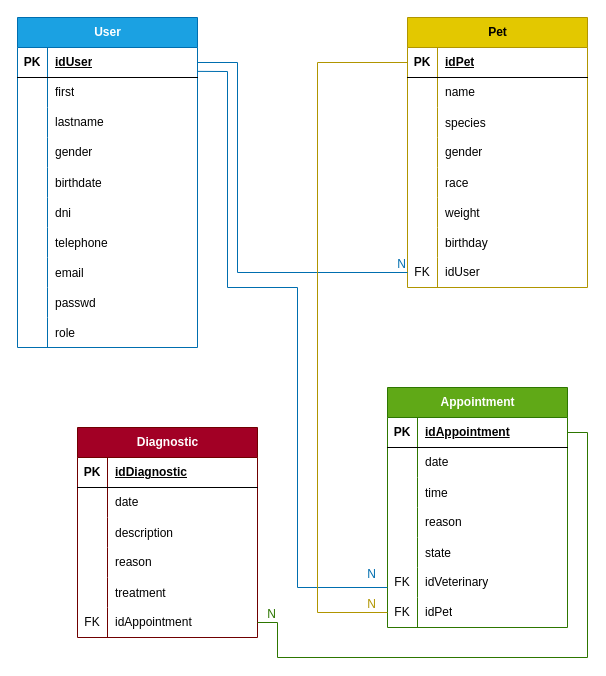
The draw.io diagram diagrams/ER.drawio in fernandoach/API-VETERINARY, before the edit. Source tidied: cells renumbered, new cells numbered last; positions are measured from the earlier drawing's top-left corner, leaving out a move shared by most shapes. Both pictures are drawn from the tidied source at 100%, with x=0, y=0 at pixel (17, 17).
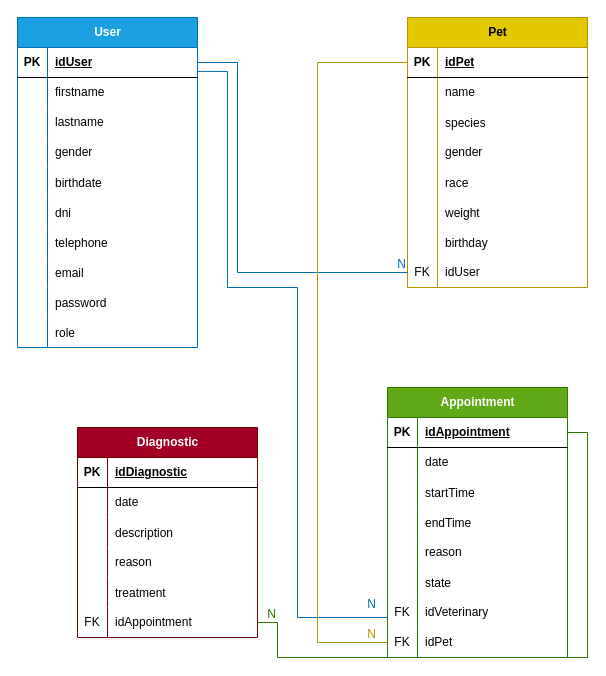
The same diagram, later.

Unchanged cells that the change refers to:
```xml
<mxCell id="3" style="shape=tableRow;horizontal=0;startSize=0;swimlaneHead=0;swimlaneBody=0;fillColor=none;points=[[0,0.5],[1,0.5]];portConstraint=eastwest;top=0;left=0;right=0;bottom=1;" parent="2" vertex="1">
  <mxGeometry y="30" width="180" height="30" as="geometry" />
</mxCell>
<mxCell id="6" style="shape=tableRow;horizontal=0;startSize=0;swimlaneHead=0;swimlaneBody=0;fillColor=none;top=0;left=0;right=0;bottom=0;" parent="2" vertex="1">
  <mxGeometry y="60" width="180" height="30" as="geometry" />
</mxCell>
<mxCell id="27" style="shape=tableRow;horizontal=0;startSize=0;swimlaneHead=0;swimlaneBody=0;fillColor=none;top=0;left=0;right=0;bottom=0;" parent="2" vertex="1">
  <mxGeometry y="270" width="180" height="30" as="geometry" />
</mxCell>
<mxCell id="34" style="shape=tableRow;horizontal=0;startSize=0;swimlaneHead=0;swimlaneBody=0;fillColor=none;points=[[0,0.5],[1,0.5]];portConstraint=eastwest;top=0;left=0;right=0;bottom=1;" parent="33" vertex="1">
  <mxGeometry y="30" width="180" height="30" as="geometry" />
</mxCell>
<mxCell id="65" style="shape=tableRow;horizontal=0;startSize=0;swimlaneHead=0;swimlaneBody=0;fillColor=none;top=0;left=0;right=0;bottom=0;" parent="58" vertex="1">
  <mxGeometry y="90" width="180" height="30" as="geometry" />
</mxCell>
```

Change to the diagram source:
```diff
@@
-    <mxCell id="8" value="first" style="shape=partialRectangle;fillColor=none;top=0;left=0;bottom=0;right=0;align=left;spacingLeft=6;overflow=hidden;whiteSpace=wrap;html=1;" parent="6" vertex="1">
+    <mxCell id="8" value="firstname" style="shape=partialRectangle;fillColor=none;top=0;left=0;bottom=0;right=0;align=left;spacingLeft=6;overflow=hidden;whiteSpace=wrap;html=1;" parent="6" vertex="1">
       <mxGeometry x="30" width="150" height="30" as="geometry" />
     </mxCell>
@@
-    <mxCell id="29" value="passwd" style="shape=partialRectangle;fillColor=none;top=0;left=0;bottom=0;right=0;align=left;spacingLeft=6;overflow=hidden;" parent="27" vertex="1">
+    <mxCell id="29" value="password" style="shape=partialRectangle;fillColor=none;top=0;left=0;bottom=0;right=0;align=left;spacingLeft=6;overflow=hidden;" parent="27" vertex="1">
       <mxGeometry x="30" width="150" height="30" as="geometry" />
     </mxCell>
@@
     <mxCell id="58" value="Appointment" style="shape=table;startSize=30;childLayout=tableLayout;rowLines=0;fontStyle=1;align=center;html=1;fillColor=#60a917;fontColor=#ffffff;strokeColor=#2D7600;labelBackgroundColor=none;" parent="1" vertex="1">
-      <mxGeometry x="370" y="370" width="180" height="240" as="geometry" />
+      <mxGeometry x="370" y="370" width="180" height="270" as="geometry" />
     </mxCell>
@@
-    <mxCell id="67" value="time" style="shape=partialRectangle;fillColor=none;top=0;left=0;bottom=0;right=0;align=left;spacingLeft=6;overflow=hidden;" parent="65" vertex="1">
+    <mxCell id="67" value="startTime" style="shape=partialRectangle;fillColor=none;top=0;left=0;bottom=0;right=0;align=left;spacingLeft=6;overflow=hidden;" parent="65" vertex="1">
       <mxGeometry x="30" width="150" height="30" as="geometry" />
     </mxCell>
+    <mxCell id="107" style="shape=tableRow;horizontal=0;startSize=0;swimlaneHead=0;swimlaneBody=0;fillColor=none;top=0;left=0;right=0;bottom=0;" parent="58" vertex="1">
+      <mxGeometry y="120" width="180" height="30" as="geometry" />
+    </mxCell>
+    <mxCell id="108" style="shape=partialRectangle;fillColor=none;top=0;left=0;bottom=0;right=0;overflow=hidden;" parent="107" vertex="1">
+      <mxGeometry width="30" height="30" as="geometry" />
+    </mxCell>
+    <mxCell id="109" value="endTime" style="shape=partialRectangle;fillColor=none;top=0;left=0;bottom=0;right=0;align=left;spacingLeft=6;overflow=hidden;" parent="107" vertex="1">
+      <mxGeometry x="30" width="150" height="30" as="geometry" />
+    </mxCell>
     <mxCell id="68" style="shape=tableRow;horizontal=0;startSize=0;swimlaneHead=0;swimlaneBody=0;fillColor=none;top=0;left=0;right=0;bottom=0;" parent="58" vertex="1">
-      <mxGeometry y="120" width="180" height="30" as="geometry" />
+      <mxGeometry y="150" width="180" height="30" as="geometry" />
     </mxCell>
@@
     <mxCell id="71" style="shape=tableRow;horizontal=0;startSize=0;swimlaneHead=0;swimlaneBody=0;fillColor=none;top=0;left=0;right=0;bottom=0;" parent="58" vertex="1">
-      <mxGeometry y="150" width="180" height="30" as="geometry" />
+      <mxGeometry y="180" width="180" height="30" as="geometry" />
     </mxCell>
@@
     <mxCell id="74" style="shape=tableRow;horizontal=0;startSize=0;swimlaneHead=0;swimlaneBody=0;fillColor=none;points=[[0,0.5],[1,0.5]];portConstraint=eastwest;top=0;left=0;right=0;bottom=0;" parent="58" vertex="1">
-      <mxGeometry y="180" width="180" height="30" as="geometry" />
+      <mxGeometry y="210" width="180" height="30" as="geometry" />
     </mxCell>
@@
     <mxCell id="77" style="shape=tableRow;horizontal=0;startSize=0;swimlaneHead=0;swimlaneBody=0;fillColor=none;points=[[0,0.5],[1,0.5]];portConstraint=eastwest;top=0;left=0;right=0;bottom=0;" parent="58" vertex="1">
-      <mxGeometry y="210" width="180" height="30" as="geometry" />
+      <mxGeometry y="240" width="180" height="30" as="geometry" />
     </mxCell>
@@
     <mxCell id="101" style="endArrow=none;html=1;rounded=0;exitX=0.999;exitY=0.796;exitDx=0;exitDy=0;exitPerimeter=0;entryX=0;entryY=0.667;entryDx=0;entryDy=0;entryPerimeter=0;fillColor=#1ba1e2;strokeColor=#006EAF;" parent="1" edge="1" source="3" target="74">
       <mxGeometry relative="1" as="geometry">
         <Array as="points">
           <mxPoint x="210" y="54" />
           <mxPoint x="210" y="270" />
           <mxPoint x="280" y="270" />
-          <mxPoint x="280" y="570" />
+          <mxPoint x="280" y="600" />
         </Array>
       </mxGeometry>
     </mxCell>
@@
     <mxCell id="103" style="endArrow=none;html=1;rounded=0;exitX=0;exitY=0.5;exitDx=0;exitDy=0;entryX=0;entryY=0.5;entryDx=0;entryDy=0;fillColor=#e3c800;strokeColor=#B09500;" parent="1" edge="1" source="34" target="77">
       <mxGeometry relative="1" as="geometry">
         <Array as="points">
           <mxPoint x="300" y="45" />
-          <mxPoint x="300" y="595" />
+          <mxPoint x="300" y="625" />
         </Array>
       </mxGeometry>
     </mxCell>
```
